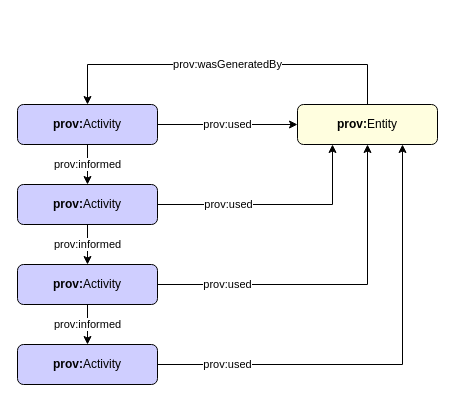
The draw.io diagram img/identifier_entity.drawio in swiss/paf-link, before the edit. Source tidied: cells renumbered, new cells numbered last; positions are measured from the earlier drawing's top-left corner, leaving out a move shared by most shapes. Both pictures are drawn from the tidied source at 100%, with x=0, y=0 at pixel (17, 64).
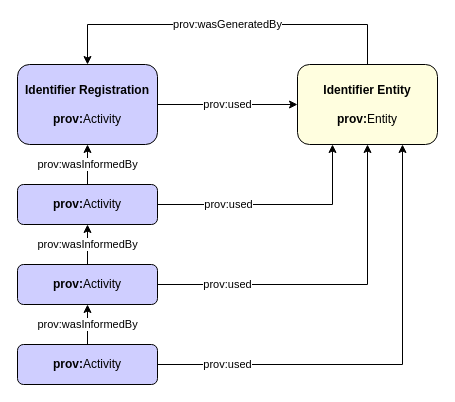
The same diagram, later.

Diff of the diagram source:
```diff
@@
 <mxGraphModel>
   <root>
     <mxCell id="0" />
     <mxCell id="1" parent="0" />
     <mxCell id="2" value="prov:used" style="edgeStyle=none;html=1;exitX=1;exitY=0.5;exitDx=0;exitDy=0;entryX=0;entryY=0.5;entryDx=0;entryDy=0;" parent="1" edge="1" source="4" target="12">
       <mxGeometry relative="1" as="geometry" />
     </mxCell>
-    <mxCell id="3" value="prov:informed" style="edgeStyle=none;html=1;exitX=0.5;exitY=1;exitDx=0;exitDy=0;entryX=0.5;entryY=0;entryDx=0;entryDy=0;" parent="1" edge="1" source="4" target="7">
+    <mxCell id="3" value="prov:wasInformedBy" style="edgeStyle=none;html=1;exitX=0.5;exitY=1;exitDx=0;exitDy=0;entryX=0.5;entryY=0;entryDx=0;entryDy=0;startArrow=classic;startFill=1;endArrow=none;endFill=0;" parent="1" edge="1" source="4" target="7">
       <mxGeometry relative="1" as="geometry" />
     </mxCell>
-    <mxCell id="4" value="&lt;b&gt;prov:&lt;/b&gt;Activity" style="rounded=1;whiteSpace=wrap;html=1;labelBackgroundColor=none;fontColor=none;fillColor=#cfceff;fontSize=12;" parent="1" vertex="1">
-      <mxGeometry y="40" width="140" height="40" as="geometry" />
+    <mxCell id="4" value="&lt;b&gt;Identifier Registration&lt;br&gt;&lt;br&gt;prov:&lt;/b&gt;Activity" style="rounded=1;whiteSpace=wrap;html=1;labelBackgroundColor=none;fontColor=none;fillColor=#cfceff;fontSize=12;" parent="1" vertex="1">
+      <mxGeometry width="140" height="80" as="geometry" />
     </mxCell>
-    <mxCell id="5" value="prov:informed" style="edgeStyle=none;html=1;exitX=0.5;exitY=1;exitDx=0;exitDy=0;entryX=0.5;entryY=0;entryDx=0;entryDy=0;" parent="1" edge="1" source="7" target="9">
-      <mxGeometry relative="1" as="geometry" />
-    </mxCell>
     <mxCell id="6" value="prov:used" style="edgeStyle=orthogonalEdgeStyle;html=1;exitX=1;exitY=0.5;exitDx=0;exitDy=0;entryX=0.25;entryY=1;entryDx=0;entryDy=0;rounded=0;" parent="1" edge="1" source="7" target="12">
       <mxGeometry x="-0.4" relative="1" as="geometry" />
     </mxCell>
     <mxCell id="7" value="&lt;b&gt;prov:&lt;/b&gt;Activity" style="rounded=1;whiteSpace=wrap;html=1;labelBackgroundColor=none;fontColor=none;fillColor=#cfceff;fontSize=12;" parent="1" vertex="1">
       <mxGeometry y="120" width="140" height="40" as="geometry" />
     </mxCell>
-    <mxCell id="8" value="prov:informed" style="edgeStyle=none;html=1;exitX=0.5;exitY=1;exitDx=0;exitDy=0;entryX=0.5;entryY=0;entryDx=0;entryDy=0;" parent="1" edge="1" source="9" target="10">
-      <mxGeometry relative="1" as="geometry" />
-    </mxCell>
     <mxCell id="9" value="&lt;b&gt;prov:&lt;/b&gt;Activity" style="rounded=1;whiteSpace=wrap;html=1;labelBackgroundColor=none;fontColor=none;fillColor=#cfceff;fontSize=12;" parent="1" vertex="1">
       <mxGeometry y="200" width="140" height="40" as="geometry" />
     </mxCell>
     <mxCell id="10" value="&lt;b&gt;prov:&lt;/b&gt;Activity" style="rounded=1;whiteSpace=wrap;html=1;labelBackgroundColor=none;fontColor=none;fillColor=#cfceff;fontSize=12;" parent="1" vertex="1">
       <mxGeometry y="280" width="140" height="40" as="geometry" />
     </mxCell>
     <mxCell id="11" value="prov:wasGeneratedBy" style="edgeStyle=orthogonalEdgeStyle;rounded=0;html=1;exitX=0.5;exitY=0;exitDx=0;exitDy=0;entryX=0.5;entryY=0;entryDx=0;entryDy=0;" parent="1" edge="1" source="12" target="4">
       <mxGeometry relative="1" as="geometry">
         <Array as="points">
-          <mxPoint x="350" />
-          <mxPoint x="70" />
+          <mxPoint x="350" y="-40" />
+          <mxPoint x="70" y="-40" />
         </Array>
       </mxGeometry>
     </mxCell>
-    <mxCell id="12" value="&lt;b&gt;prov:&lt;/b&gt;Entity" style="rounded=1;whiteSpace=wrap;html=1;labelBackgroundColor=none;fontColor=none;fillColor=#fffedf;fontSize=12;" parent="1" vertex="1">
-      <mxGeometry x="280" y="40" width="140" height="40" as="geometry" />
+    <mxCell id="12" value="&lt;b&gt;Identifier Entity&lt;br&gt;&lt;br&gt;prov:&lt;/b&gt;Entity" style="rounded=1;whiteSpace=wrap;html=1;labelBackgroundColor=none;fontColor=none;fillColor=#fffedf;fontSize=12;" parent="1" vertex="1">
+      <mxGeometry x="280" width="140" height="80" as="geometry" />
     </mxCell>
     <mxCell id="13" value="prov:used" style="edgeStyle=orthogonalEdgeStyle;html=1;exitX=1;exitY=0.5;exitDx=0;exitDy=0;entryX=0.5;entryY=1;entryDx=0;entryDy=0;rounded=0;" parent="1" edge="1" source="9" target="12">
       <mxGeometry x="-0.6" relative="1" as="geometry" />
     </mxCell>
     <mxCell id="14" value="prov:used" style="edgeStyle=orthogonalEdgeStyle;html=1;exitX=1;exitY=0.5;exitDx=0;exitDy=0;rounded=0;entryX=0.75;entryY=1;entryDx=0;entryDy=0;" parent="1" edge="1" source="10" target="12">
       <mxGeometry x="-0.7" relative="1" as="geometry" />
     </mxCell>
+    <mxCell id="5" value="prov:wasInformedBy" style="edgeStyle=none;html=1;exitX=0.5;exitY=1;exitDx=0;exitDy=0;entryX=0.5;entryY=0;entryDx=0;entryDy=0;startArrow=classic;startFill=1;endArrow=none;endFill=0;" parent="1" edge="1" source="7" target="9">
+      <mxGeometry relative="1" as="geometry" />
+    </mxCell>
+    <mxCell id="8" value="prov:wasInformedBy" style="edgeStyle=none;html=1;exitX=0.5;exitY=1;exitDx=0;exitDy=0;entryX=0.5;entryY=0;entryDx=0;entryDy=0;startArrow=classic;startFill=1;endArrow=none;endFill=0;" parent="1" edge="1" source="9" target="10">
+      <mxGeometry relative="1" as="geometry" />
+    </mxCell>
   </root>
 </mxGraphModel>
```
